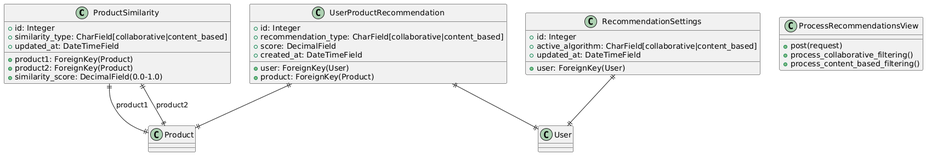
This is .diagrams/collaborative_filtering/Class.png from dawidolko/SmartRecommender-Project-Django-React, a PlantUML export, as it was before one commit.
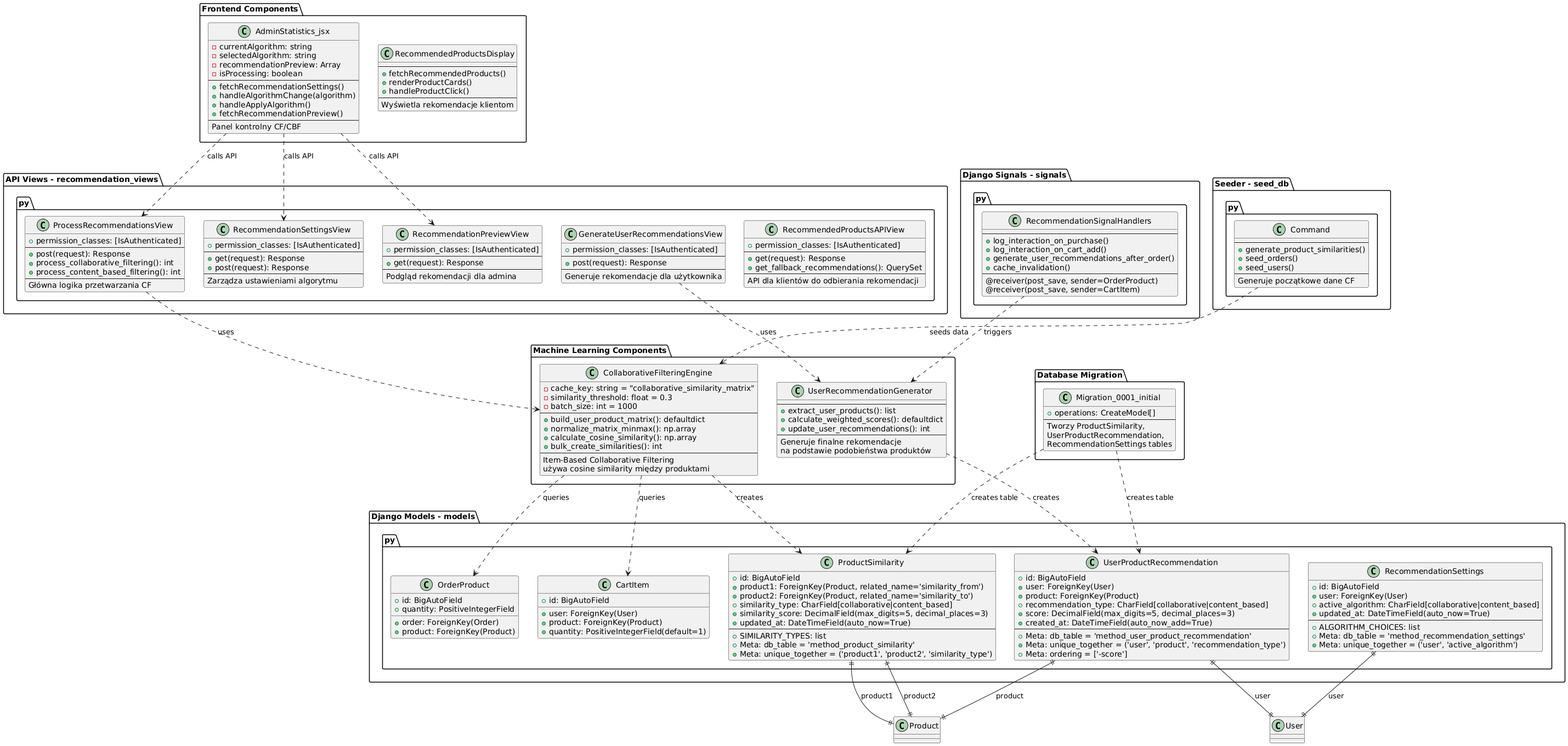
After the commit.

Diff of the diagram source:
```diff
@@ -1,38 +1,215 @@
 @startuml
-class ProductSimilarity {
-  +id: Integer
-  +product1: ForeignKey(Product)
-  +product2: ForeignKey(Product)
-  +similarity_type: CharField[collaborative|content_based]
-  +similarity_score: DecimalField(0.0-1.0)
-  +updated_at: DateTimeField
+package "Django Models - models.py" {
+
+  class ProductSimilarity {
+    +id: BigAutoField
+    +product1: ForeignKey(Product, related_name='similarity_from')
+    +product2: ForeignKey(Product, related_name='similarity_to')
+    +similarity_type: CharField[collaborative|content_based]
+    +similarity_score: DecimalField(max_digits=5, decimal_places=3)
+    +updated_at: DateTimeField(auto_now=True)
+    --
+    +SIMILARITY_TYPES: list
+    +Meta: db_table = 'method_product_similarity'
+    +Meta: unique_together = ('product1', 'product2', 'similarity_type')
+  }
+
+  class UserProductRecommendation {
+    +id: BigAutoField
+    +user: ForeignKey(User)
+    +product: ForeignKey(Product)
+    +recommendation_type: CharField[collaborative|content_based]
+    +score: DecimalField(max_digits=5, decimal_places=3)
+    +created_at: DateTimeField(auto_now_add=True)
+    --
+    +Meta: db_table = 'method_user_product_recommendation'
+    +Meta: unique_together = ('user', 'product', 'recommendation_type')
+    +Meta: ordering = ['-score']
+  }
+
+  class RecommendationSettings {
+    +id: BigAutoField
+    +user: ForeignKey(User)
+    +active_algorithm: CharField[collaborative|content_based]
+    +updated_at: DateTimeField(auto_now=True)
+    --
+    +ALGORITHM_CHOICES: list
+    +Meta: db_table = 'method_recommendation_settings'
+    +Meta: unique_together = ('user', 'active_algorithm')
+  }
+
+  class OrderProduct {
+    +id: BigAutoField
+    +order: ForeignKey(Order)
+    +product: ForeignKey(Product)
+    +quantity: PositiveIntegerField
+  }
+
+  class CartItem {
+    +id: BigAutoField
+    +user: ForeignKey(User)
+    +product: ForeignKey(Product)
+    +quantity: PositiveIntegerField(default=1)
+  }
 }
 
-class UserProductRecommendation {
-  +id: Integer
-  +user: ForeignKey(User)
-  +product: ForeignKey(Product)
-  +recommendation_type: CharField[collaborative|content_based]
-  +score: DecimalField
-  +created_at: DateTimeField
+package "API Views - recommendation_views.py" {
+
+  class ProcessRecommendationsView {
+    +permission_classes: [IsAuthenticated]
+    --
+    +post(request): Response
+    +process_collaborative_filtering(): int
+    +process_content_based_filtering(): int
+    --
+    Główna logika przetwarzania CF
+  }
+
+  class RecommendationSettingsView {
+    +permission_classes: [IsAuthenticated]
+    --
+    +get(request): Response
+    +post(request): Response
+    --
+    Zarządza ustawieniami algorytmu
+  }
+
+  class RecommendationPreviewView {
+    +permission_classes: [IsAuthenticated]
+    --
+    +get(request): Response
+    --
+    Podgląd rekomendacji dla admina
+  }
+
+  class GenerateUserRecommendationsView {
+    +permission_classes: [IsAuthenticated]
+    --
+    +post(request): Response
+    --
+    Generuje rekomendacje dla użytkownika
+  }
+
+  class RecommendedProductsAPIView {
+    +permission_classes: [IsAuthenticated]
+    --
+    +get(request): Response
+    +get_fallback_recommendations(): QuerySet
+    --
+    API dla klientów do odbierania rekomendacji
+  }
 }
 
-class RecommendationSettings {
-  +id: Integer
-  +user: ForeignKey(User)
-  +active_algorithm: CharField[collaborative|content_based]
-  +updated_at: DateTimeField
+package "Machine Learning Components" {
+
+  class CollaborativeFilteringEngine {
+    -cache_key: string = "collaborative_similarity_matrix"
+    -similarity_threshold: float = 0.3
+    -batch_size: int = 1000
+    --
+    +build_user_product_matrix(): defaultdict
+    +normalize_matrix_minmax(): np.array
+    +calculate_cosine_similarity(): np.array
+    +bulk_create_similarities(): int
+    --
+    Item-Based Collaborative Filtering
+    używa cosine similarity między produktami
+  }
+
+  class UserRecommendationGenerator {
+    --
+    +extract_user_products(): list
+    +calculate_weighted_scores(): defaultdict
+    +update_user_recommendations(): int
+    --
+    Generuje finalne rekomendacje
+    na podstawie podobieństwa produktów
+  }
 }
 
-class ProcessRecommendationsView {
-  +post(request)
-  +process_collaborative_filtering()
-  +process_content_based_filtering()
+package "Frontend Components" {
+
+  class AdminStatistics_jsx {
+    -currentAlgorithm: string
+    -selectedAlgorithm: string
+    -recommendationPreview: Array
+    -isProcessing: boolean
+    --
+    +fetchRecommendationSettings()
+    +handleAlgorithmChange(algorithm)
+    +handleApplyAlgorithm()
+    +fetchRecommendationPreview()
+    --
+    Panel kontrolny CF/CBF
+  }
+
+  class RecommendedProductsDisplay {
+    --
+    +fetchRecommendedProducts()
+    +renderProductCards()
+    +handleProductClick()
+    --
+    Wyświetla rekomendacje klientom
+  }
+}
+
+package "Django Signals - signals.py" {
+
+  class RecommendationSignalHandlers {
+    --
+    +log_interaction_on_purchase()
+    +log_interaction_on_cart_add()
+    +generate_user_recommendations_after_order()
+    +cache_invalidation()
+    --
+    @receiver(post_save, sender=OrderProduct)
+    @receiver(post_save, sender=CartItem)
+  }
+}
+
+package "Database Migration" {
+
+  class Migration_0001_initial {
+    +operations: CreateModel[]
+    --
+    Tworzy ProductSimilarity,
+    UserProductRecommendation,
+    RecommendationSettings tables
+  }
+}
+
+package "Seeder - seed_db.py" {
+
+  class Command {
+    --
+    +generate_product_similarities()
+    +seed_orders()
+    +seed_users()
+    --
+    Generuje początkowe dane CF
+  }
 }
 
 ProductSimilarity ||--|| Product : product1
 ProductSimilarity ||--|| Product : product2
-UserProductRecommendation ||--|| User
-UserProductRecommendation ||--|| Product
-RecommendationSettings ||--|| User
+UserProductRecommendation ||--|| User : user
+UserProductRecommendation ||--|| Product : product
+RecommendationSettings ||--|| User : user
+
+ProcessRecommendationsView ..> CollaborativeFilteringEngine : uses
+CollaborativeFilteringEngine ..> ProductSimilarity : creates
+GenerateUserRecommendationsView ..> UserRecommendationGenerator : uses
+UserRecommendationGenerator ..> UserProductRecommendation : creates
+
+AdminStatistics_jsx ..> ProcessRecommendationsView : calls API
+AdminStatistics_jsx ..> RecommendationSettingsView : calls API
+AdminStatistics_jsx ..> RecommendationPreviewView : calls API
+
+RecommendationSignalHandlers ..> UserRecommendationGenerator : triggers
+CollaborativeFilteringEngine ..> OrderProduct : queries
+CollaborativeFilteringEngine ..> CartItem : queries
+
+Migration_0001_initial ..> ProductSimilarity : creates table
+Migration_0001_initial ..> UserProductRecommendation : creates table
+Command ..> CollaborativeFilteringEngine : seeds data
 @enduml
```
